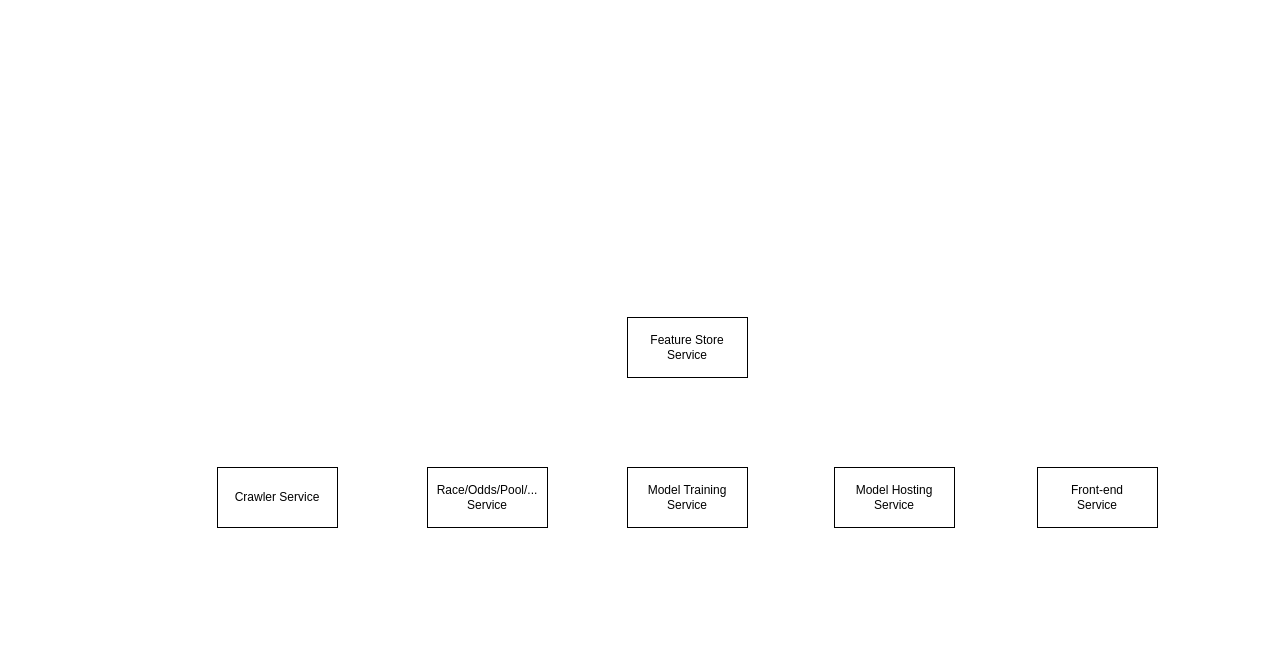
Above: MLOps Example.drawio in tommy202201/HKJC (draw.io), before the change. Source tidied: cells renumbered, new cells numbered last; positions are measured from the earlier drawing's top-left corner, leaving out a move shared by most shapes. Both pictures are drawn from the tidied source at 100%, with x=0, y=0 at pixel (217, 317). Pictures stored in the file or linked from it are replaced by grey dashed boxes.
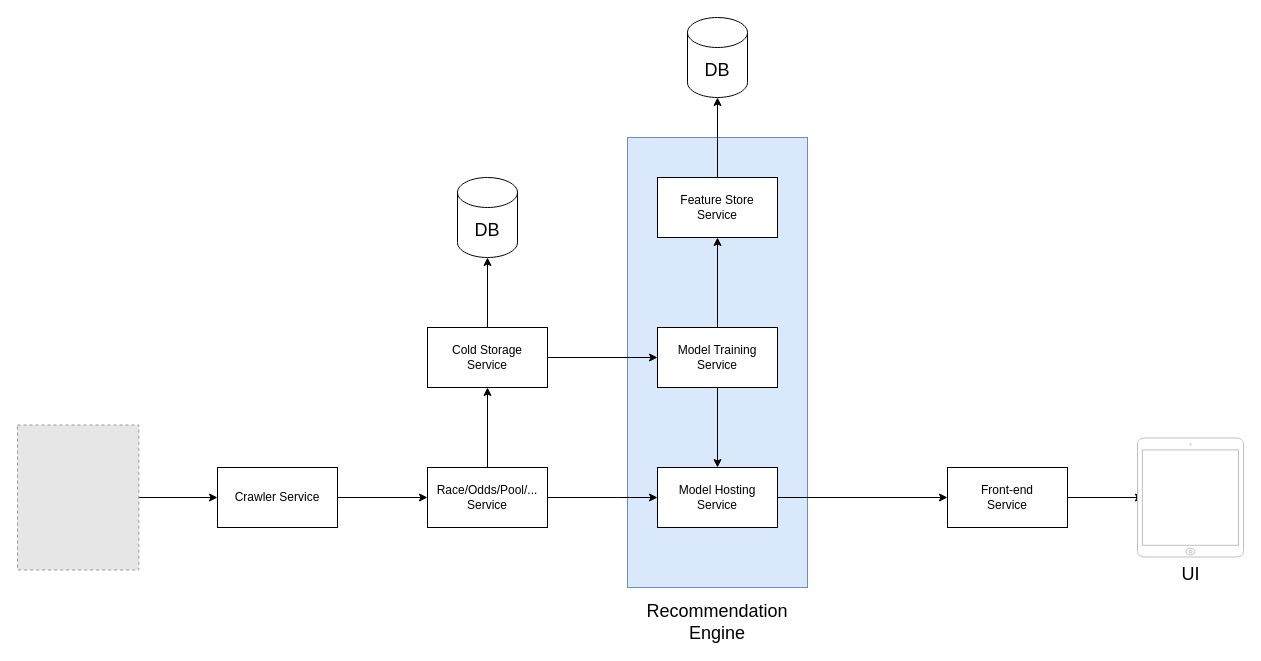
Above is the later version.

Unchanged cells that the change refers to:
```xml
<mxCell id="2" value="Crawler Service" style="rounded=0;whiteSpace=wrap;html=1;" parent="1" vertex="1">
  <mxGeometry y="150" width="120" height="60" as="geometry" />
</mxCell>
<mxCell id="3" value="Race/Odds/Pool/... Service" style="rounded=0;whiteSpace=wrap;html=1;" parent="1" vertex="1">
  <mxGeometry x="210" y="150" width="120" height="60" as="geometry" />
</mxCell>
```

Change to the diagram source:
```diff
@@
+    <mxCell id="8" style="rounded=0;whiteSpace=wrap;html=1;fillColor=#dae8fc;strokeColor=#6c8ebf;" parent="1" vertex="1">
+      <mxGeometry x="410" y="-180" width="180" height="450" as="geometry" />
+    </mxCell>
+    <mxCell id="9" style="edgeStyle=orthogonalEdgeStyle;rounded=0;jettySize=auto;html=1;exitX=1;exitY=0.5;exitDx=0;exitDy=0;entryX=0;entryY=0.5;entryDx=0;entryDy=0;" parent="1" edge="1" source="2" target="3">
+      <mxGeometry relative="1" as="geometry" />
+    </mxCell>
@@
+    <mxCell id="10" style="edgeStyle=orthogonalEdgeStyle;rounded=0;jettySize=auto;html=1;entryX=0;entryY=0.5;entryDx=0;entryDy=0;fontSize=18;" parent="1" edge="1" source="3" target="5">
+      <mxGeometry relative="1" as="geometry">
+        <Array as="points">
+          <mxPoint x="400" y="180" />
+          <mxPoint x="400" y="180" />
+        </Array>
+      </mxGeometry>
+    </mxCell>
+    <mxCell id="11" style="edgeStyle=orthogonalEdgeStyle;rounded=0;jettySize=auto;html=1;exitX=0.5;exitY=0;exitDx=0;exitDy=0;entryX=0.5;entryY=1;entryDx=0;entryDy=0;fontSize=18;" parent="1" edge="1" source="3" target="22">
+      <mxGeometry relative="1" as="geometry" />
+    </mxCell>
@@
+    <mxCell id="12" style="edgeStyle=orthogonalEdgeStyle;rounded=0;jettySize=auto;html=1;entryX=0.5;entryY=0;entryDx=0;entryDy=0;" parent="1" edge="1" source="4" target="5">
+      <mxGeometry relative="1" as="geometry" />
+    </mxCell>
+    <mxCell id="13" style="edgeStyle=orthogonalEdgeStyle;rounded=0;jettySize=auto;html=1;entryX=0.5;entryY=1;entryDx=0;entryDy=0;" parent="1" edge="1" source="4" target="6">
+      <mxGeometry relative="1" as="geometry" />
+    </mxCell>
     <mxCell id="4" value="Model Training Service" style="rounded=0;whiteSpace=wrap;html=1;" parent="1" vertex="1">
-      <mxGeometry x="410" y="150" width="120" height="60" as="geometry" />
+      <mxGeometry x="440" y="10" width="120" height="60" as="geometry" />
     </mxCell>
+    <mxCell id="14" style="edgeStyle=orthogonalEdgeStyle;rounded=0;jettySize=auto;html=1;entryX=0;entryY=0.5;entryDx=0;entryDy=0;" parent="1" edge="1" source="5" target="7">
+      <mxGeometry relative="1" as="geometry" />
+    </mxCell>
     <mxCell id="5" value="Model Hosting Service" style="rounded=0;whiteSpace=wrap;html=1;" parent="1" vertex="1">
-      <mxGeometry x="617" y="150" width="120" height="60" as="geometry" />
+      <mxGeometry x="440" y="150" width="120" height="60" as="geometry" />
     </mxCell>
+    <mxCell id="15" style="edgeStyle=orthogonalEdgeStyle;rounded=0;jettySize=auto;html=1;exitX=0.5;exitY=0;exitDx=0;exitDy=0;fontSize=18;" parent="1" edge="1" source="6" target="24">
+      <mxGeometry relative="1" as="geometry" />
+    </mxCell>
     <mxCell id="6" value="Feature Store &lt;br&gt;Service" style="rounded=0;whiteSpace=wrap;html=1;" parent="1" vertex="1">
-      <mxGeometry x="410" width="120" height="60" as="geometry" />
+      <mxGeometry x="440" y="-140" width="120" height="60" as="geometry" />
     </mxCell>
+    <mxCell id="16" style="edgeStyle=orthogonalEdgeStyle;rounded=0;jettySize=auto;html=1;exitX=1;exitY=0.5;exitDx=0;exitDy=0;entryX=0.057;entryY=0.5;entryDx=0;entryDy=0;entryPerimeter=0;fontSize=18;" parent="1" edge="1" source="7" target="25">
+      <mxGeometry relative="1" as="geometry" />
+    </mxCell>
     <mxCell id="7" value="Front-end&lt;br&gt;Service" style="rounded=0;whiteSpace=wrap;html=1;" parent="1" vertex="1">
-      <mxGeometry x="820" y="150" width="120" height="60" as="geometry" />
+      <mxGeometry x="730" y="150" width="120" height="60" as="geometry" />
     </mxCell>
+    <mxCell id="17" style="edgeStyle=orthogonalEdgeStyle;rounded=0;jettySize=auto;html=1;exitX=1;exitY=0.5;exitDx=0;exitDy=0;entryX=0;entryY=0.5;entryDx=0;entryDy=0;" parent="1" edge="1" source="18" target="2">
+      <mxGeometry relative="1" as="geometry" />
+    </mxCell>
+    <mxCell id="18" style="fillColor=#E6E6E6;strokeColor=#999999;dashed=1;verticalLabelPosition=bottom;labelBackgroundColor=default;verticalAlign=top;" parent="1" vertex="1">
+      <mxGeometry x="-200" y="107.5" width="121.3" height="145" as="geometry" />
+    </mxCell>
+    <mxCell id="19" value="Recommendation Engine" style="text;html=1;strokeColor=none;fillColor=none;align=center;verticalAlign=middle;whiteSpace=wrap;rounded=0;fontSize=18;" parent="1" vertex="1">
+      <mxGeometry x="470" y="290" width="60" height="30" as="geometry" />
+    </mxCell>
+    <mxCell id="20" style="edgeStyle=orthogonalEdgeStyle;rounded=0;jettySize=auto;html=1;exitX=1;exitY=0.5;exitDx=0;exitDy=0;fontSize=18;" parent="1" edge="1" source="22" target="4">
+      <mxGeometry relative="1" as="geometry" />
+    </mxCell>
+    <mxCell id="21" style="edgeStyle=orthogonalEdgeStyle;rounded=0;jettySize=auto;html=1;exitX=0.5;exitY=0;exitDx=0;exitDy=0;entryX=0.5;entryY=1;entryDx=0;entryDy=0;entryPerimeter=0;fontSize=18;" parent="1" edge="1" source="22" target="23">
+      <mxGeometry relative="1" as="geometry" />
+    </mxCell>
+    <mxCell id="22" value="Cold Storage&lt;br&gt;Service" style="rounded=0;whiteSpace=wrap;html=1;" parent="1" vertex="1">
+      <mxGeometry x="210" y="10" width="120" height="60" as="geometry" />
+    </mxCell>
+    <mxCell id="23" value="DB" style="shape=cylinder3;whiteSpace=wrap;html=1;boundedLbl=1;backgroundOutline=1;size=15;fontSize=18;" parent="1" vertex="1">
+      <mxGeometry x="240" y="-140" width="60" height="80" as="geometry" />
+    </mxCell>
+    <mxCell id="24" value="DB" style="shape=cylinder3;whiteSpace=wrap;html=1;boundedLbl=1;backgroundOutline=1;size=15;fontSize=18;" parent="1" vertex="1">
+      <mxGeometry x="470" y="-300" width="60" height="80" as="geometry" />
+    </mxCell>
+    <mxCell id="25" value="UI" style="html=1;verticalLabelPosition=bottom;labelBackgroundColor=#ffffff;verticalAlign=top;shadow=0;dashed=0;strokeWidth=1;shape=mxgraph.ios7.misc.ipad7inch;strokeColor=#c0c0c0;fontSize=18;" parent="1" vertex="1">
+      <mxGeometry x="920" y="120.5" width="106" height="119" as="geometry" />
+    </mxCell>
```
